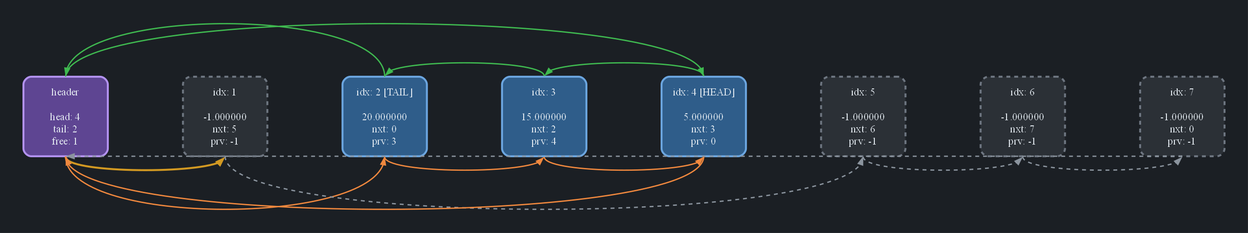
Before: png_dumps/dump2_arcs.png, a diagram exported from Graphviz (OkulovDmitry/Doubly-Linked-List). Its source is kept beside it as dot_of_dumps/dump2_arcs.dot. Its diagram source:
```dot
digraph list {
  graph [dpi=100, bgcolor="#1B1F24", splines=true, pad=0.5, nodesep=1.6, ranksep=1.5];
  node  [shape=rectangle, style="rounded,filled", fontcolor="#E6EDF3", fontsize=16, width=1.8, height=1.7, fixedsize=true, penwidth=3];
  edge  [penwidth=2, arrowsize=1.0];
  cell0 [fillcolor="#5e4592", color="#B392F0", label="header\n\nhead: 4\ntail: 2\nfree: 1"];
  cell1 [fillcolor="#2B3036", color="#6E7681", style="rounded,filled,dashed", label="idx: 1\n\n-1.000000\nnxt: 5\nprv: -1"];
  cell2 [fillcolor="#2F5D8A", color="#6CA6E0", label="idx: 2 [TAIL]\n\n20.000000\nnxt: 0\nprv: 3"];
  cell3 [fillcolor="#2F5D8A", color="#6CA6E0", label="idx: 3\n\n15.000000\nnxt: 2\nprv: 4"];
  cell4 [fillcolor="#2F5D8A", color="#6CA6E0", label="idx: 4 [HEAD]\n\n5.000000\nnxt: 3\nprv: 0"];
  cell5 [fillcolor="#2B3036", color="#6E7681", style="rounded,filled,dashed", label="idx: 5\n\n-1.000000\nnxt: 6\nprv: -1"];
  cell6 [fillcolor="#2B3036", color="#6E7681", style="rounded,filled,dashed", label="idx: 6\n\n-1.000000\nnxt: 7\nprv: -1"];
  cell7 [fillcolor="#2B3036", color="#6E7681", style="rounded,filled,dashed", label="idx: 7\n\n-1.000000\nnxt: 0\nprv: -1"];
  { rank=same; cell0; cell1; cell2; cell3; cell4; cell5; cell6; cell7; }
  cell0 -> cell1 [style=invis, weight=100];
  cell1 -> cell2 [style=invis, weight=100];
  cell2 -> cell3 [style=invis, weight=100];
  cell3 -> cell4 [style=invis, weight=100];
  cell4 -> cell5 [style=invis, weight=100];
  cell5 -> cell6 [style=invis, weight=100];
  cell6 -> cell7 [style=invis, weight=100];
  cell0:n -> cell4:n [color="#3FB950"];
  cell0:s -> cell2:s [color="#F0883E"];
  cell1:s -> cell5:s [color="#8B949E", style=dashed];
  cell2:n -> cell0:n [color="#3FB950"];
  cell2:s -> cell3:s [color="#F0883E"];
  cell3:n -> cell2:n [color="#3FB950"];
  cell3:s -> cell4:s [color="#F0883E"];
  cell4:n -> cell3:n [color="#3FB950"];
  cell4:s -> cell0:s [color="#F0883E"];
  cell5:s -> cell6:s [color="#8B949E", style=dashed];
  cell6:s -> cell7:s [color="#8B949E", style=dashed];
  cell7:s -> cell0:s [color="#8B949E", style=dashed];
  cell0:s -> cell1:s [color="#D29922", penwidth=3, style=bold];
}
```
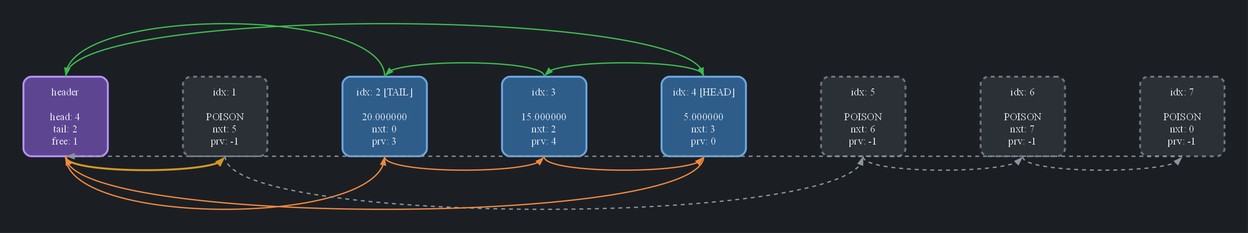
After the commit.

What changed in the source:
```diff
@@ -3,13 +3,13 @@
   node  [shape=rectangle, style="rounded,filled", fontcolor="#E6EDF3", fontsize=16, width=1.8, height=1.7, fixedsize=true, penwidth=3];
   edge  [penwidth=2, arrowsize=1.0];
   cell0 [fillcolor="#5e4592", color="#B392F0", label="header\n\nhead: 4\ntail: 2\nfree: 1"];
-  cell1 [fillcolor="#2B3036", color="#6E7681", style="rounded,filled,dashed", label="idx: 1\n\n-1.000000\nnxt: 5\nprv: -1"];
+  cell1 [fillcolor="#2B3036", color="#6E7681", style="rounded,filled,dashed", label="idx: 1\n\nPOISON\nnxt: 5\nprv: -1"];
   cell2 [fillcolor="#2F5D8A", color="#6CA6E0", label="idx: 2 [TAIL]\n\n20.000000\nnxt: 0\nprv: 3"];
   cell3 [fillcolor="#2F5D8A", color="#6CA6E0", label="idx: 3\n\n15.000000\nnxt: 2\nprv: 4"];
   cell4 [fillcolor="#2F5D8A", color="#6CA6E0", label="idx: 4 [HEAD]\n\n5.000000\nnxt: 3\nprv: 0"];
-  cell5 [fillcolor="#2B3036", color="#6E7681", style="rounded,filled,dashed", label="idx: 5\n\n-1.000000\nnxt: 6\nprv: -1"];
-  cell6 [fillcolor="#2B3036", color="#6E7681", style="rounded,filled,dashed", label="idx: 6\n\n-1.000000\nnxt: 7\nprv: -1"];
-  cell7 [fillcolor="#2B3036", color="#6E7681", style="rounded,filled,dashed", label="idx: 7\n\n-1.000000\nnxt: 0\nprv: -1"];
+  cell5 [fillcolor="#2B3036", color="#6E7681", style="rounded,filled,dashed", label="idx: 5\n\nPOISON\nnxt: 6\nprv: -1"];
+  cell6 [fillcolor="#2B3036", color="#6E7681", style="rounded,filled,dashed", label="idx: 6\n\nPOISON\nnxt: 7\nprv: -1"];
+  cell7 [fillcolor="#2B3036", color="#6E7681", style="rounded,filled,dashed", label="idx: 7\n\nPOISON\nnxt: 0\nprv: -1"];
   { rank=same; cell0; cell1; cell2; cell3; cell4; cell5; cell6; cell7; }
   cell0 -> cell1 [style=invis, weight=100];
   cell1 -> cell2 [style=invis, weight=100];
```
